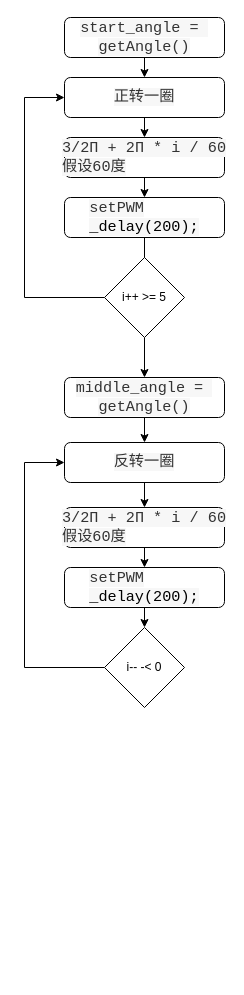
This is 编码器操作.drawio from Vinson-001/Blog-flow-chart, a draw.io file, before an edit. Source tidied: cells renumbered, new cells numbered last; positions are measured from the earlier drawing's top-left corner, leaving out a move shared by most shapes. Both pictures are drawn from the tidied source at 100%, with x=0, y=0 at pixel (24, 17).
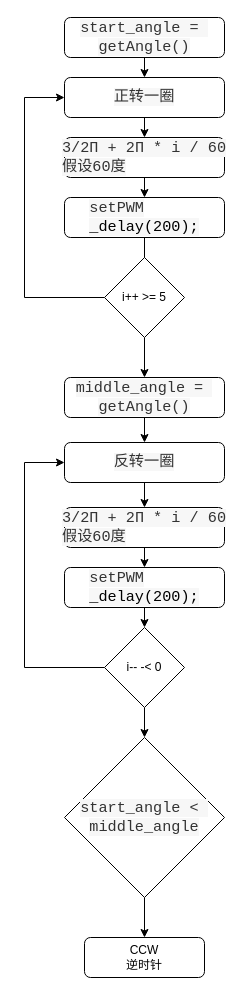
After the change.

Commit message (it also covers changes not shown here):
更新编码器操作.drawio

Unchanged cells that the change refers to:
```xml
<mxCell id="22" value="i-- -&amp;lt; 0" style="rhombus;whiteSpace=wrap;html=1;" parent="1" vertex="1">
  <mxGeometry x="80" y="610" width="80" height="80" as="geometry" />
</mxCell>
```

Diff of the diagram source:
```diff
@@
+    <mxCell id="23" style="edgeStyle=orthogonalEdgeStyle;rounded=0;jettySize=auto;html=1;exitX=0.5;exitY=1;exitDx=0;exitDy=0;entryX=0.5;entryY=0;entryDx=0;entryDy=0;" parent="1" edge="1" source="22" target="25">
+      <mxGeometry relative="1" as="geometry" />
+    </mxCell>
@@
+    <mxCell id="24" style="edgeStyle=orthogonalEdgeStyle;rounded=0;jettySize=auto;html=1;exitX=0.5;exitY=1;exitDx=0;exitDy=0;entryX=0.5;entryY=0;entryDx=0;entryDy=0;" parent="1" edge="1" source="25" target="26">
+      <mxGeometry relative="1" as="geometry" />
+    </mxCell>
+    <mxCell id="25" value="&lt;span style=&quot;color: rgb(51, 51, 51); font-family: Inconsolata, Consolas, Menlo, Monaco, &amp;quot;Andale Mono WT&amp;quot;, &amp;quot;Andale Mono&amp;quot;, &amp;quot;Lucida Console&amp;quot;, &amp;quot;DejaVu Sans Mono&amp;quot;, &amp;quot;Bitstream Vera Sans Mono&amp;quot;, &amp;quot;Courier New&amp;quot;, Courier, monospace; font-size: 15.2px; text-align: left; white-space: pre; background-color: rgb(247, 247, 247);&quot;&gt;start_angle &amp;lt; &lt;/span&gt;&lt;div&gt;&lt;span style=&quot;color: rgb(51, 51, 51); font-family: Inconsolata, Consolas, Menlo, Monaco, &amp;quot;Andale Mono WT&amp;quot;, &amp;quot;Andale Mono&amp;quot;, &amp;quot;Lucida Console&amp;quot;, &amp;quot;DejaVu Sans Mono&amp;quot;, &amp;quot;Bitstream Vera Sans Mono&amp;quot;, &amp;quot;Courier New&amp;quot;, Courier, monospace; font-size: 15.2px; text-align: left; white-space: pre; background-color: rgb(247, 247, 247);&quot;&gt;middle_angle&lt;/span&gt;&lt;/div&gt;" style="rhombus;whiteSpace=wrap;html=1;" parent="1" vertex="1">
+      <mxGeometry x="40" y="720" width="160" height="160" as="geometry" />
+    </mxCell>
+    <mxCell id="26" value="CCW&lt;div&gt;逆时针&lt;/div&gt;" style="rounded=1;whiteSpace=wrap;html=1;" parent="1" vertex="1">
+      <mxGeometry x="60" y="920" width="120" height="40" as="geometry" />
+    </mxCell>
```
